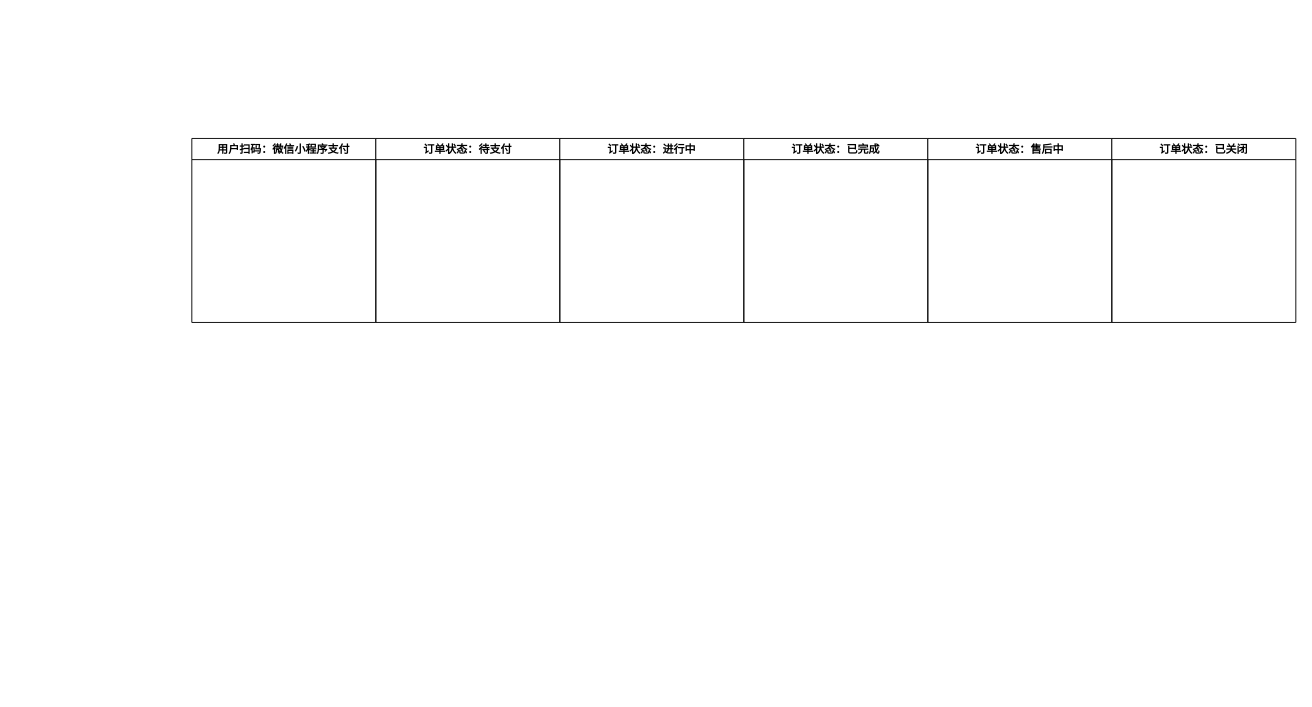
This is 订单状态.drawio from joestarhu/drowio, a draw.io file, before an edit. Source tidied: cells renumbered, new cells numbered last; positions are measured from the earlier drawing's top-left corner, leaving out a move shared by most shapes. Both pictures are drawn from the tidied source at 92%, with x=0, y=0 at pixel (191, 138).
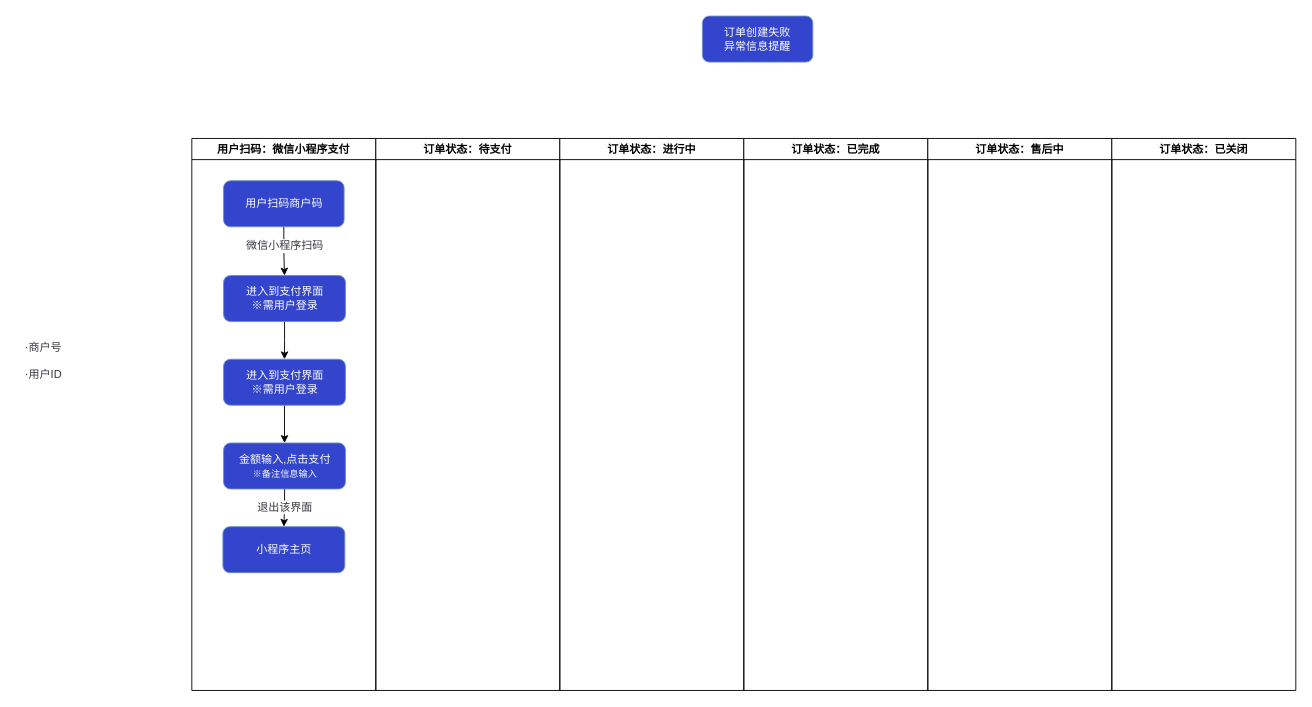
After the change.

Commit message (it also covers changes not shown here):
更新订单状态.drawio

What changed in the source:
```diff
@@
     <mxCell id="2" value="用户扫码：微信小程序支付" style="swimlane;whiteSpace=wrap;html=1;" parent="1" vertex="1">
-      <mxGeometry width="200" height="200" as="geometry" />
+      <mxGeometry width="200" height="600" as="geometry" />
     </mxCell>
+    <mxCell id="8" style="edgeStyle=orthogonalEdgeStyle;rounded=0;jettySize=auto;html=1;entryX=0.5;entryY=0;entryDx=0;entryDy=0;fontFamily=Helvetica;fontSize=12;fontColor=#FFF;" parent="2" edge="1" source="10" target="12">
+      <mxGeometry relative="1" as="geometry" />
+    </mxCell>
+    <mxCell id="9" value="&lt;font color=&quot;#34373c&quot;&gt;微信小程序扫码&lt;/font&gt;" style="edgeLabel;html=1;align=center;verticalAlign=middle;fontSize=12;fontFamily=Helvetica;fontColor=#FFF;" parent="8" vertex="1">
+      <mxGeometry x="-0.23" relative="1" as="geometry">
+        <mxPoint y="-1" as="offset" />
+      </mxGeometry>
+    </mxCell>
+    <mxCell id="10" value="用户扫码商户码" style="rounded=1;whiteSpace=wrap;html=1;fillColor=#3345CC;strokeColor=#6c8ebf;fontColor=#FFF;" parent="2" vertex="1">
+      <mxGeometry x="34.5" y="46" width="131" height="50" as="geometry" />
+    </mxCell>
+    <mxCell id="11" style="edgeStyle=orthogonalEdgeStyle;rounded=0;jettySize=auto;html=1;entryX=0.5;entryY=0;entryDx=0;entryDy=0;fontFamily=Helvetica;fontSize=12;fontColor=#FFF;" parent="2" edge="1" source="12" target="14">
+      <mxGeometry relative="1" as="geometry" />
+    </mxCell>
+    <mxCell id="12" value="进入到支付界面&lt;br&gt;※需用户登录" style="rounded=1;whiteSpace=wrap;html=1;fillColor=#3345CC;strokeColor=#6c8ebf;fontColor=#FFF;" parent="2" vertex="1">
+      <mxGeometry x="34.5" y="149" width="132.5" height="50" as="geometry" />
+    </mxCell>
+    <mxCell id="13" style="edgeStyle=orthogonalEdgeStyle;rounded=0;jettySize=auto;html=1;fontFamily=Helvetica;fontSize=12;fontColor=#FFF;" parent="2" edge="1" source="14" target="17">
+      <mxGeometry relative="1" as="geometry" />
+    </mxCell>
+    <mxCell id="14" value="进入到支付界面&lt;br&gt;※需用户登录" style="rounded=1;whiteSpace=wrap;html=1;fillColor=#3345CC;strokeColor=#6c8ebf;fontColor=#FFF;" parent="2" vertex="1">
+      <mxGeometry x="34.5" y="240" width="132.5" height="50" as="geometry" />
+    </mxCell>
+    <mxCell id="15" style="edgeStyle=orthogonalEdgeStyle;rounded=0;jettySize=auto;html=1;entryX=0.5;entryY=0;entryDx=0;entryDy=0;fontFamily=Helvetica;fontSize=12;fontColor=#FFF;" parent="2" edge="1" source="17" target="18">
+      <mxGeometry relative="1" as="geometry" />
+    </mxCell>
+    <mxCell id="16" value="&lt;font color=&quot;#34373c&quot;&gt;退出该界面&lt;/font&gt;" style="edgeLabel;html=1;align=center;verticalAlign=middle;fontSize=12;fontFamily=Helvetica;fontColor=#FFF;" parent="15" vertex="1">
+      <mxGeometry x="-0.08" relative="1" as="geometry" />
+    </mxCell>
+    <mxCell id="17" value="金额输入,点击支付&lt;br&gt;&lt;font style=&quot;font-size: 10px;&quot;&gt;※备注信息输入&lt;/font&gt;" style="rounded=1;whiteSpace=wrap;html=1;fillColor=#3345CC;strokeColor=#6c8ebf;fontColor=#FFF;" parent="2" vertex="1">
+      <mxGeometry x="34.5" y="331" width="132.5" height="50" as="geometry" />
+    </mxCell>
+    <mxCell id="18" value="小程序主页" style="rounded=1;whiteSpace=wrap;html=1;fillColor=#3345CC;strokeColor=#6c8ebf;fontColor=#FFF;" parent="2" vertex="1">
+      <mxGeometry x="33.8" y="422" width="132.5" height="50" as="geometry" />
+    </mxCell>
     <mxCell id="3" value="订单状态：待支付" style="swimlane;whiteSpace=wrap;html=1;" parent="1" vertex="1">
-      <mxGeometry x="200" width="200" height="200" as="geometry" />
+      <mxGeometry x="200" width="200" height="600" as="geometry" />
     </mxCell>
     <mxCell id="4" value="订单状态：进行中" style="swimlane;whiteSpace=wrap;html=1;" parent="1" vertex="1">
-      <mxGeometry x="400" width="200" height="200" as="geometry" />
+      <mxGeometry x="400" width="200" height="600" as="geometry" />
     </mxCell>
     <mxCell id="5" value="订单状态：已完成" style="swimlane;whiteSpace=wrap;html=1;" parent="1" vertex="1">
-      <mxGeometry x="600" width="200" height="200" as="geometry" />
+      <mxGeometry x="600" width="200" height="600" as="geometry" />
     </mxCell>
     <mxCell id="6" value="订单状态：售后中" style="swimlane;whiteSpace=wrap;html=1;" parent="1" vertex="1">
-      <mxGeometry x="800" width="200" height="200" as="geometry" />
+      <mxGeometry x="800" width="200" height="600" as="geometry" />
     </mxCell>
     <mxCell id="7" value="订单状态：已关闭" style="swimlane;whiteSpace=wrap;html=1;" parent="1" vertex="1">
-      <mxGeometry x="1000" width="200" height="200" as="geometry" />
+      <mxGeometry x="1000" width="200" height="600" as="geometry" />
     </mxCell>
+    <mxCell id="19" value="订单创建失败&lt;br&gt;异常信息提醒" style="rounded=1;whiteSpace=wrap;html=1;fillColor=#3345CC;strokeColor=#6c8ebf;fontColor=#FFF;" parent="1" vertex="1">
+      <mxGeometry x="555" y="-133" width="120" height="50" as="geometry" />
+    </mxCell>
+    <mxCell id="20" value="&lt;font color=&quot;#34373c&quot;&gt;·商户号&lt;/font&gt;" style="text;html=1;strokeColor=none;fillColor=none;align=center;verticalAlign=middle;whiteSpace=wrap;rounded=0;fontSize=12;fontFamily=Helvetica;fontColor=#FFF;" parent="1" vertex="1">
+      <mxGeometry x="-191" y="212" width="60" height="30" as="geometry" />
+    </mxCell>
+    <mxCell id="21" value="&lt;font color=&quot;#34373c&quot;&gt;·用户ID&lt;/font&gt;" style="text;html=1;strokeColor=none;fillColor=none;align=center;verticalAlign=middle;whiteSpace=wrap;rounded=0;fontSize=12;fontFamily=Helvetica;fontColor=#FFF;" parent="1" vertex="1">
+      <mxGeometry x="-191" y="242" width="60" height="30" as="geometry" />
+    </mxCell>
```
